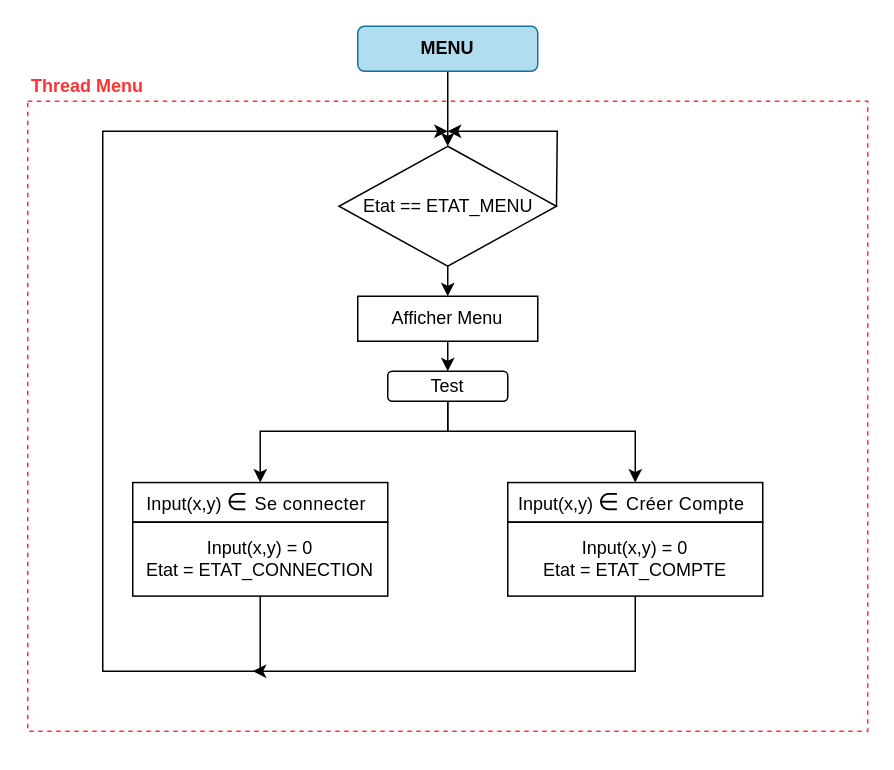
Earlier version of the draw.io diagram page "Menu Thread" (2 of 6) of AffichageBottle.drawio (lucasmaisonnave/BottleV2). Source tidied: cells renumbered, new cells numbered last; positions are measured from the earlier drawing's top-left corner, leaving out a move shared by most shapes. Both pictures are drawn from the tidied source at 150%, with x=0, y=0 at pixel (27, 26).
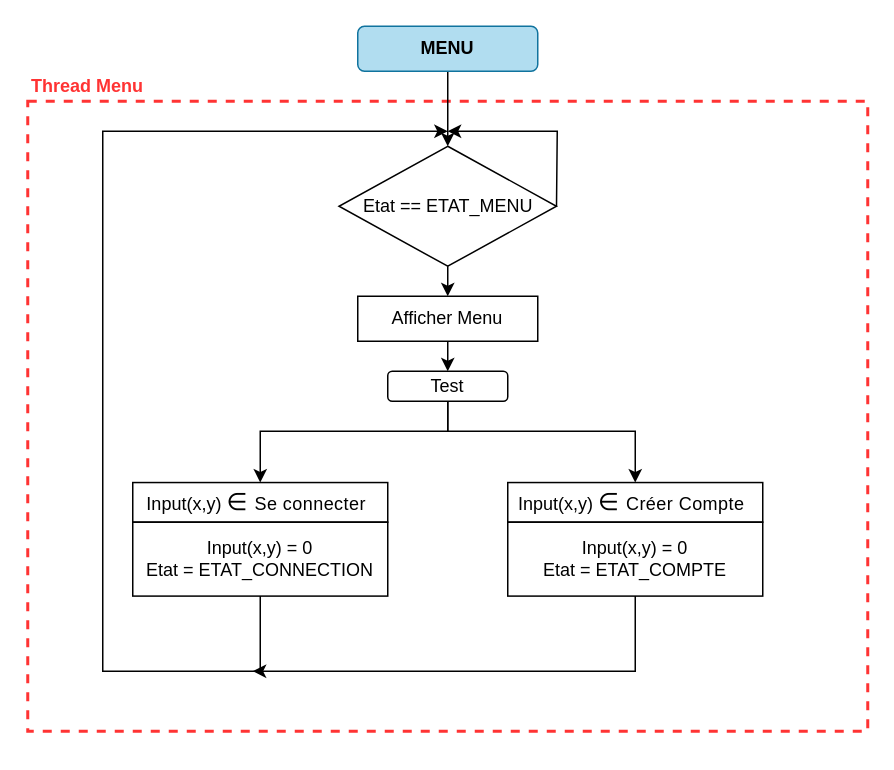
The same page after the edit.

What changed in the source:
```diff
@@
-    <mxCell id="2" style="whiteSpace=wrap;html=1;dashed=1;fillColor=none;strokeColor=#FF3333;" parent="1" vertex="1">
+    <mxCell id="2" style="whiteSpace=wrap;html=1;dashed=1;fillColor=none;strokeColor=#FF3333;strokeWidth=2;" parent="1" vertex="1">
       <mxGeometry y="50" width="560" height="420" as="geometry" />
     </mxCell>
```
